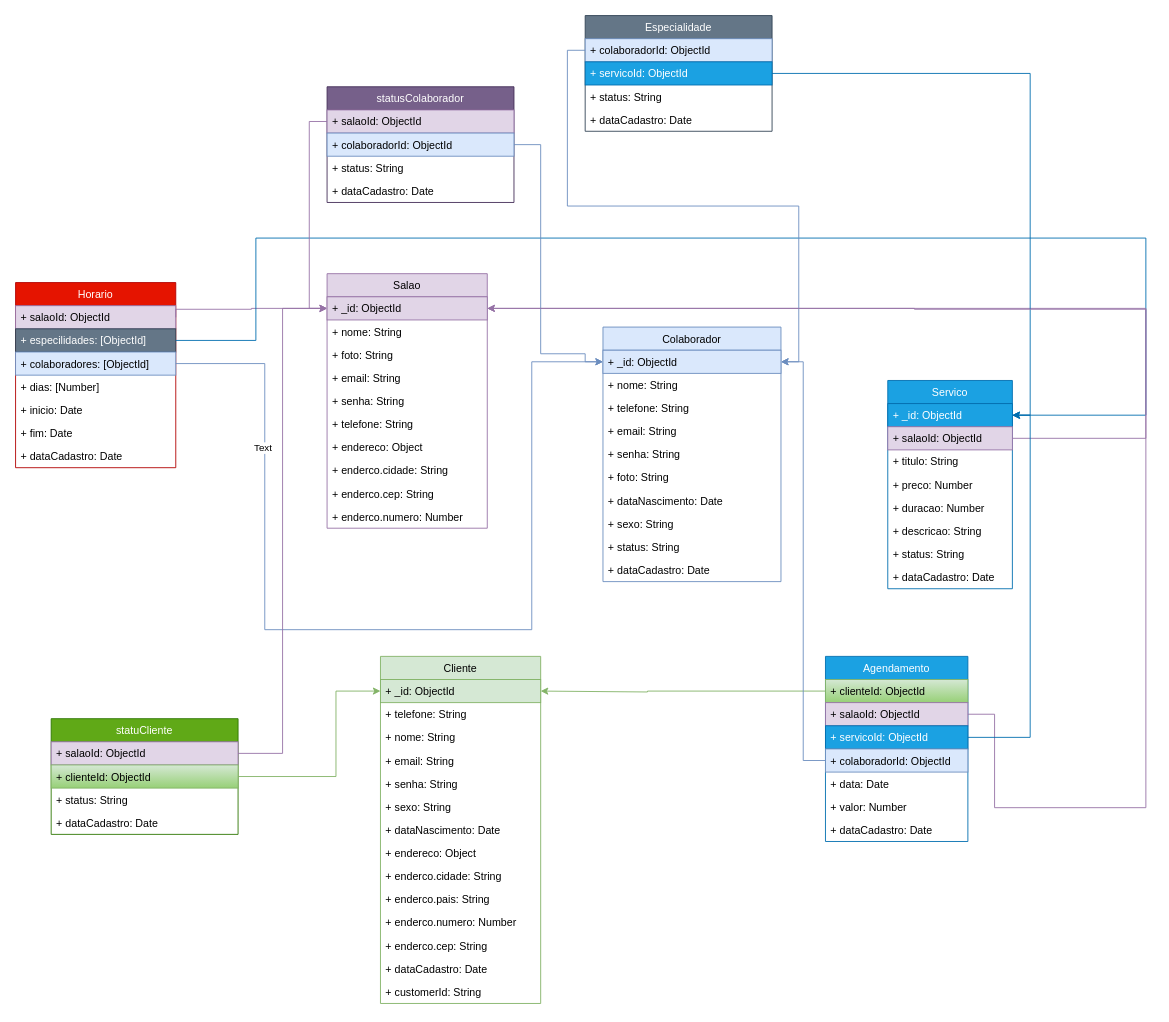
Above: modelobdAgendei.drawio in Ketley-Souza/Agendei (draw.io), before the change. Source tidied: cells renumbered, new cells numbered last; positions are measured from the earlier drawing's top-left corner, leaving out a move shared by most shapes. Both pictures are drawn from the tidied source at 89%, with x=0, y=0 at pixel (15, 15).
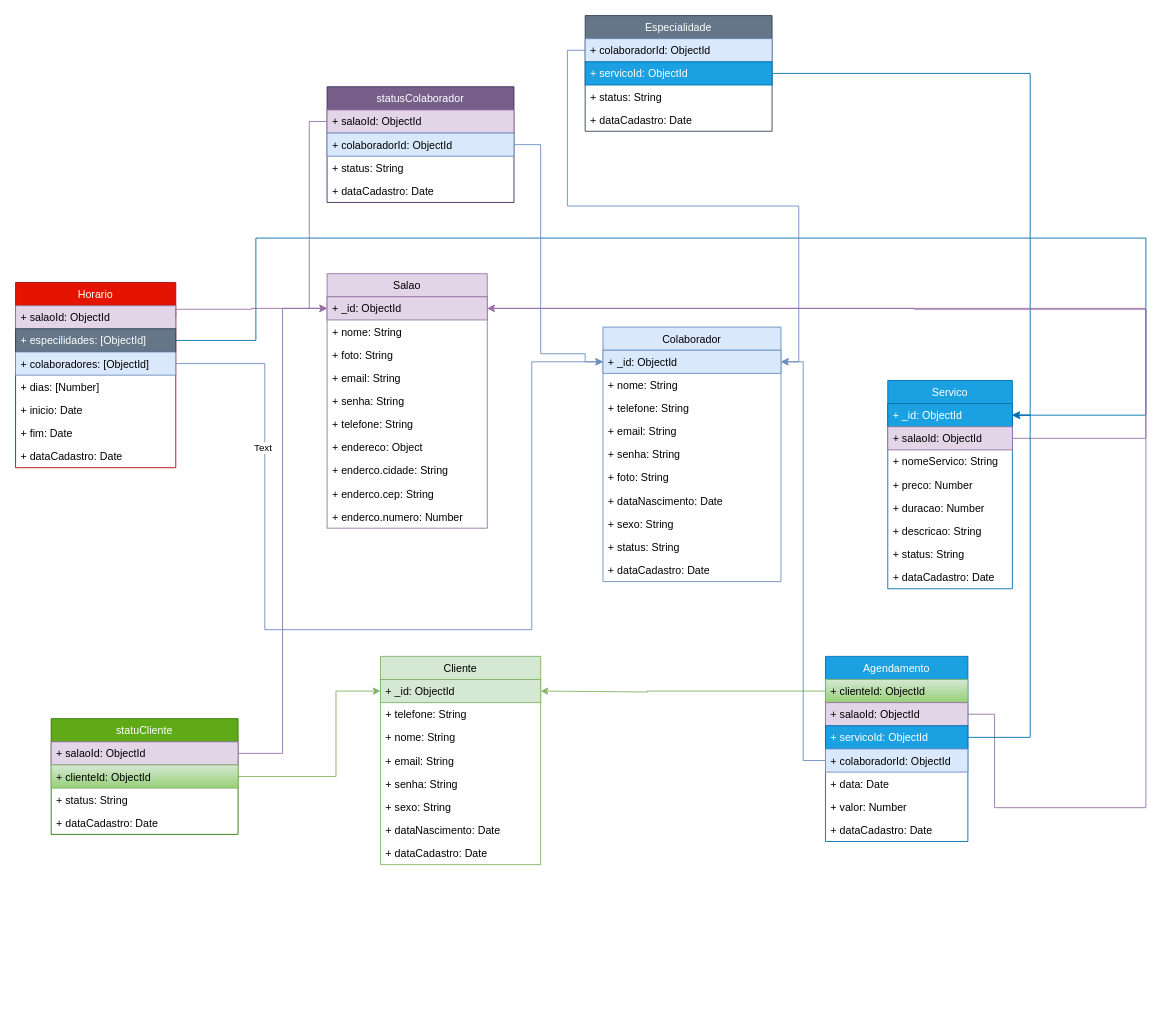
Above is the later version.

Unchanged cells that the change refers to:
```xml
<mxCell id="24" value="Servico" style="swimlane;fontStyle=0;horizontal=1;startSize=26;fillColor=#1ba1e2;strokeColor=#006EAF;fontColor=#ffffff;" parent="1" vertex="1">
  <mxGeometry x="980" y="410" width="140" height="234" as="geometry" />
</mxCell>
```

What changed in the source:
```diff
@@
-    <mxCell id="27" value="+ titulo: String" style="text;strokeColor=none;fillColor=none;align=left;verticalAlign=top;spacingLeft=4;spacingRight=4;overflow=hidden;" parent="24" vertex="1">
+    <mxCell id="27" value="+ nomeServico: String" style="text;strokeColor=none;fillColor=none;align=left;verticalAlign=top;spacingLeft=4;spacingRight=4;overflow=hidden;" parent="24" vertex="1">
       <mxGeometry y="78" width="140" height="26" as="geometry" />
     </mxCell>
@@
     <mxCell id="60" value="Cliente" style="swimlane;fontStyle=0;horizontal=1;startSize=26;fillColor=#d5e8d4;strokeColor=#82b366;" parent="1" vertex="1">
-      <mxGeometry x="410" y="720" width="180" height="390" as="geometry" />
+      <mxGeometry x="410" y="720" width="180" height="234" as="geometry" />
     </mxCell>
@@
-    <mxCell id="68" value="+ endereco: Object" style="text;strokeColor=none;fillColor=none;align=left;verticalAlign=top;spacingLeft=4;spacingRight=4;overflow=hidden;" parent="60" vertex="1">
-      <mxGeometry y="208" width="180" height="26" as="geometry" />
-    </mxCell>
-    <mxCell id="69" value="+ enderco.cidade: String" style="text;strokeColor=none;fillColor=none;align=left;verticalAlign=top;spacingLeft=4;spacingRight=4;overflow=hidden;" parent="60" vertex="1">
-      <mxGeometry y="234" width="180" height="26" as="geometry" />
-    </mxCell>
-    <mxCell id="70" value="+ enderco.pais: String" style="text;strokeColor=none;fillColor=none;align=left;verticalAlign=top;spacingLeft=4;spacingRight=4;overflow=hidden;" parent="60" vertex="1">
-      <mxGeometry y="260" width="180" height="26" as="geometry" />
-    </mxCell>
-    <mxCell id="71" value="+ enderco.numero: Number" style="text;strokeColor=none;fillColor=none;align=left;verticalAlign=top;spacingLeft=4;spacingRight=4;overflow=hidden;" parent="60" vertex="1">
-      <mxGeometry y="286" width="180" height="26" as="geometry" />
-    </mxCell>
-    <mxCell id="72" value="+ enderco.cep: String" style="text;strokeColor=none;fillColor=none;align=left;verticalAlign=top;spacingLeft=4;spacingRight=4;overflow=hidden;" parent="60" vertex="1">
-      <mxGeometry y="312" width="180" height="26" as="geometry" />
-    </mxCell>
     <mxCell id="73" value="+ dataCadastro: Date" style="text;strokeColor=none;fillColor=none;align=left;verticalAlign=top;spacingLeft=4;spacingRight=4;overflow=hidden;" parent="60" vertex="1">
-      <mxGeometry y="338" width="180" height="26" as="geometry" />
+      <mxGeometry y="208" width="180" height="26" as="geometry" />
     </mxCell>
-    <mxCell id="74" value="+ customerId: String" style="text;strokeColor=none;fillColor=none;align=left;verticalAlign=top;spacingLeft=4;spacingRight=4;overflow=hidden;" parent="60" vertex="1">
-      <mxGeometry y="364" width="180" height="26" as="geometry" />
-    </mxCell>
```
